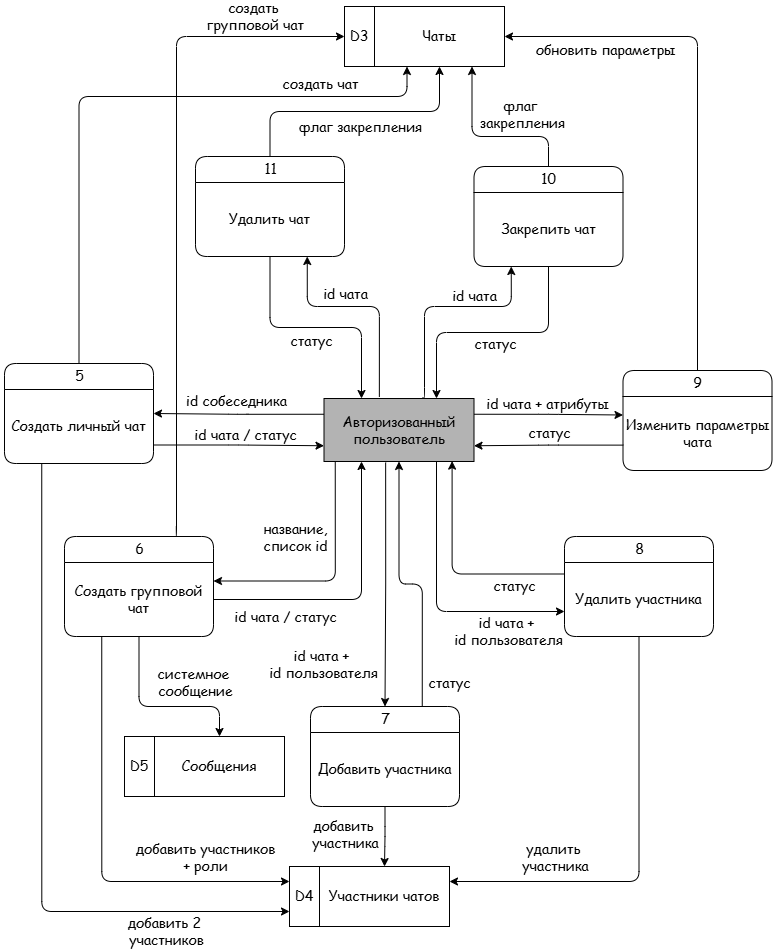
Earlier version of the draw.io export Практическая работа №1. DFD/images/DFD-1-управление чатами.drawio.png (art2535/project-activity-guap). Source tidied: cells renumbered, new cells last; positions are measured from the earlier drawing's top-left corner, leaving out a move shared by most shapes.
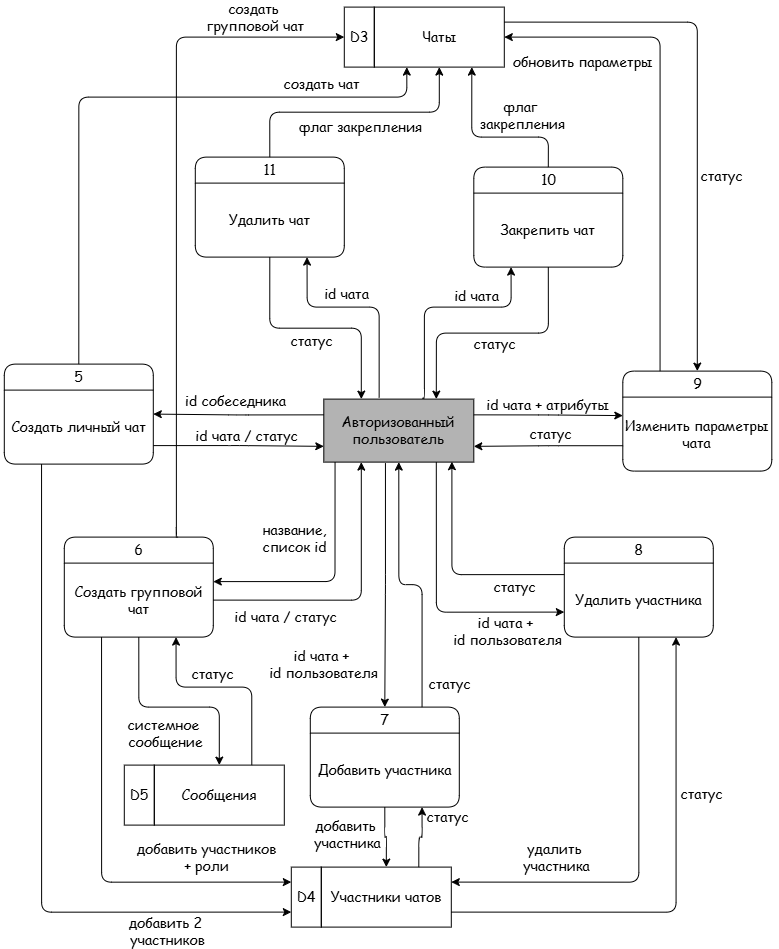
After the commit.

The edit, as a diff of the source:
```diff
@@ -21,7 +21,7 @@
       <mxGeometry y="26" width="149" height="74" as="geometry" />
     </mxCell>
     <mxCell id="8" style="group;shadow=0;fontFamily=Comic Sans MS;fontSize=14;" parent="1" vertex="1">
-      <mxGeometry x="285" y="860" width="160" height="60" as="geometry" />
+      <mxGeometry x="287" y="860" width="160" height="60" as="geometry" />
     </mxCell>
     <mxCell id="9" value="Участники чатов" style="rounded=0;whiteSpace=wrap;html=1;shadow=0;glass=0;sketch=0;strokeWidth=1;fillColor=none;fontFamily=Comic Sans MS;fontSize=14;" parent="8" vertex="1">
       <mxGeometry x="30" width="130" height="60" as="geometry" />
@@ -62,7 +62,7 @@
       </mxGeometry>
     </mxCell>
     <mxCell id="21" style="group;shadow=0;fontFamily=Comic Sans MS;fontSize=14;" parent="1" vertex="1">
-      <mxGeometry x="120" y="730" width="160" height="60" as="geometry" />
+      <mxGeometry x="120" y="758" width="160" height="60" as="geometry" />
     </mxCell>
     <mxCell id="22" value="Сообщения" style="rounded=0;whiteSpace=wrap;html=1;shadow=0;glass=0;sketch=0;strokeWidth=1;fillColor=none;fontFamily=Comic Sans MS;fontSize=14;" parent="21" vertex="1">
       <mxGeometry x="30" width="130" height="60" as="geometry" />
@@ -232,8 +232,9 @@
         <mxPoint x="112" y="18" as="offset" />
       </mxGeometry>
     </mxCell>
-    <mxCell id="62" style="endArrow=classic;html=1;fontFamily=Comic Sans MS;fontSize=14;edgeStyle=orthogonalEdgeStyle;startArrow=none;startFill=0;endFill=1;exitX=0.5;exitY=1;exitDx=0;exitDy=0;entryX=0.5;entryY=0;entryDx=0;entryDy=0;" parent="1" edge="1" source="5" target="22">
+    <mxCell id="62" style="endArrow=classic;html=1;fontFamily=Comic Sans MS;fontSize=14;edgeStyle=orthogonalEdgeStyle;startArrow=none;startFill=0;endFill=1;exitX=0.5;exitY=1;exitDx=0;exitDy=0;" parent="1" edge="1" source="5">
       <mxGeometry relative="1" as="geometry">
+        <mxPoint x="215" y="758" as="targetPoint" />
         <Array as="points">
           <mxPoint x="134.5" y="700" />
           <mxPoint x="215" y="700" />
@@ -242,7 +243,7 @@
     </mxCell>
     <mxCell id="63" value="системное&amp;nbsp;&lt;div&gt;сообщение&lt;/div&gt;" style="edgeLabel;html=1;align=center;verticalAlign=middle;fontSize=14;fontFamily=Comic Sans MS;labelBackgroundColor=none;" parent="62" vertex="1">
       <mxGeometry x="0.32" y="-1" relative="1" as="geometry">
-        <mxPoint x="7" y="-26" as="offset" />
+        <mxPoint x="-43" y="25" as="offset" />
       </mxGeometry>
     </mxCell>
     <mxCell id="64" style="endArrow=classic;html=1;fontFamily=Comic Sans MS;fontSize=14;edgeStyle=orthogonalEdgeStyle;startArrow=none;startFill=0;endFill=1;exitX=0.5;exitY=0;exitDx=0;exitDy=0;entryX=0.75;entryY=1;entryDx=0;entryDy=0;" parent="1" edge="1" source="24" target="12">
@@ -279,7 +280,7 @@
         <mxPoint x="95" y="-14" as="offset" />
       </mxGeometry>
     </mxCell>
-    <mxCell id="70" style="endArrow=classic;html=1;fontFamily=Comic Sans MS;fontSize=14;edgeStyle=orthogonalEdgeStyle;startArrow=none;startFill=0;endFill=1;exitX=0.5;exitY=0;exitDx=0;exitDy=0;entryX=1;entryY=0.5;entryDx=0;entryDy=0;" parent="1" edge="1" source="2" target="12">
+    <mxCell id="70" style="endArrow=classic;html=1;fontFamily=Comic Sans MS;fontSize=14;edgeStyle=orthogonalEdgeStyle;startArrow=none;startFill=0;endFill=1;exitX=0.25;exitY=0;exitDx=0;exitDy=0;entryX=1;entryY=0.5;entryDx=0;entryDy=0;" parent="1" edge="1" source="2" target="12">
       <mxGeometry relative="1" as="geometry" />
     </mxCell>
     <mxCell id="71" value="обновить параметры" style="edgeLabel;html=1;align=center;verticalAlign=middle;fontSize=14;fontFamily=Comic Sans MS;labelBackgroundColor=none;" parent="70" vertex="1">
@@ -301,5 +302,42 @@
         <mxPoint x="77" y="-79" as="offset" />
       </mxGeometry>
     </mxCell>
+    <mxCell id="74" style="endArrow=classic;html=1;fontFamily=Comic Sans MS;fontSize=14;edgeStyle=orthogonalEdgeStyle;startArrow=none;startFill=0;endFill=1;exitX=1;exitY=0.75;exitDx=0;exitDy=0;entryX=0.75;entryY=1;entryDx=0;entryDy=0;" parent="1" edge="1" source="9" target="17">
+      <mxGeometry relative="1" as="geometry" />
+    </mxCell>
+    <mxCell id="75" value="статус" style="edgeLabel;html=1;align=center;verticalAlign=middle;fontSize=14;fontFamily=Comic Sans MS;labelBackgroundColor=none;" parent="74" vertex="1">
+      <mxGeometry x="0.32" y="-1" relative="1" as="geometry">
+        <mxPoint x="24" y="-12" as="offset" />
+      </mxGeometry>
+    </mxCell>
+    <mxCell id="76" style="endArrow=classic;html=1;fontFamily=Comic Sans MS;fontSize=14;edgeStyle=orthogonalEdgeStyle;startArrow=none;startFill=0;endFill=1;exitX=1;exitY=0.25;exitDx=0;exitDy=0;entryX=0.5;entryY=0;entryDx=0;entryDy=0;" parent="1" edge="1" source="12" target="2">
+      <mxGeometry relative="1" as="geometry" />
+    </mxCell>
+    <mxCell id="77" value="статус" style="edgeLabel;html=1;align=center;verticalAlign=middle;fontSize=14;fontFamily=Comic Sans MS;labelBackgroundColor=none;" parent="76" vertex="1">
+      <mxGeometry x="0.32" y="-1" relative="1" as="geometry">
+        <mxPoint x="24" y="-12" as="offset" />
+      </mxGeometry>
+    </mxCell>
+    <mxCell id="78" style="endArrow=classic;html=1;fontFamily=Comic Sans MS;fontSize=14;edgeStyle=orthogonalEdgeStyle;startArrow=none;startFill=0;endFill=1;exitX=0.75;exitY=0;exitDx=0;exitDy=0;entryX=0.75;entryY=1;entryDx=0;entryDy=0;" parent="1" edge="1" source="22" target="4">
+      <mxGeometry relative="1" as="geometry">
+        <Array as="points">
+          <mxPoint x="247.5" y="680" />
+          <mxPoint x="171.8" y="680" />
+        </Array>
+      </mxGeometry>
+    </mxCell>
+    <mxCell id="79" value="статус" style="edgeLabel;html=1;align=center;verticalAlign=middle;fontSize=14;fontFamily=Comic Sans MS;labelBackgroundColor=none;" parent="78" vertex="1">
+      <mxGeometry x="0.32" y="-1" relative="1" as="geometry">
+        <mxPoint x="17" y="-12" as="offset" />
+      </mxGeometry>
+    </mxCell>
+    <mxCell id="80" style="endArrow=classic;html=1;fontFamily=Comic Sans MS;fontSize=14;edgeStyle=orthogonalEdgeStyle;startArrow=none;startFill=0;endFill=1;exitX=0.75;exitY=0;exitDx=0;exitDy=0;entryX=0.75;entryY=1;entryDx=0;entryDy=0;" parent="1" edge="1" source="9" target="14">
+      <mxGeometry relative="1" as="geometry" />
+    </mxCell>
+    <mxCell id="81" value="статус" style="edgeLabel;html=1;align=center;verticalAlign=middle;fontSize=14;fontFamily=Comic Sans MS;labelBackgroundColor=none;" parent="80" vertex="1">
+      <mxGeometry x="0.32" y="-1" relative="1" as="geometry">
+        <mxPoint x="24" y="-12" as="offset" />
+      </mxGeometry>
+    </mxCell>
   </root>
 </mxGraphModel>
```
